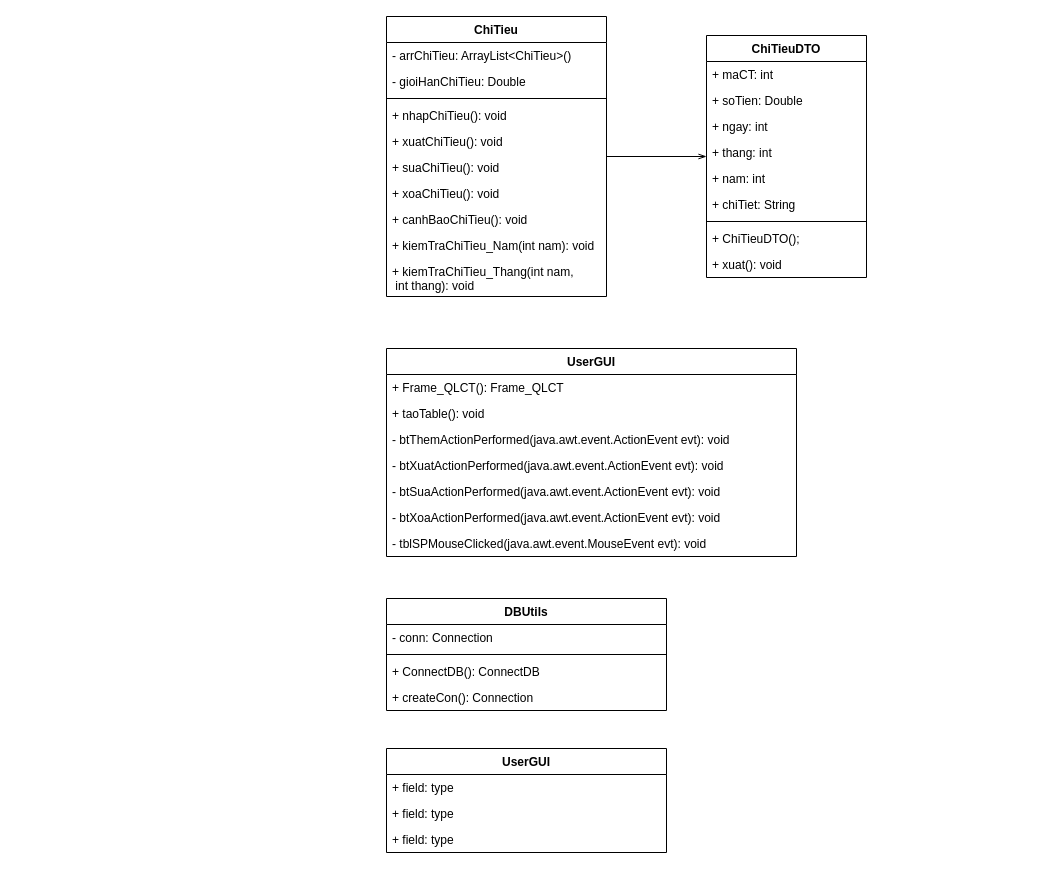
The draw.io diagram Diagrams/ClassDiagrams.drawio in AkallHuynh/IS216.L21.HTCL-Java, before the edit. Source tidied: cells renumbered, new cells numbered last; positions are measured from the earlier drawing's top-left corner, leaving out a move shared by most shapes. Both pictures are drawn from the tidied source at 100%, with x=0, y=0 at pixel (386, 16).
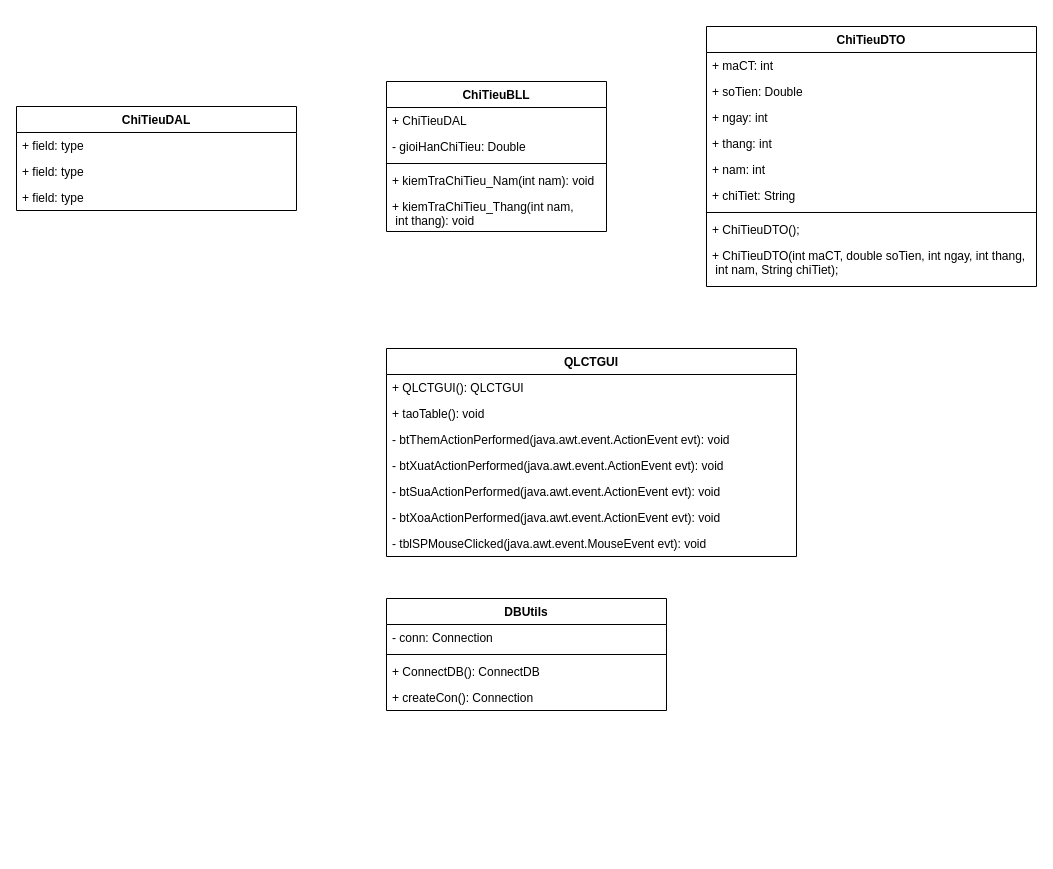
The same page after the edit.

Change to the diagram source:
```diff
@@
     <mxCell id="2" value="ChiTieuDTO" style="swimlane;fontStyle=1;align=center;verticalAlign=top;horizontal=1;startSize=26;" parent="1" vertex="1">
-      <mxGeometry x="320" y="19" width="160" height="242" as="geometry" />
+      <mxGeometry x="320" y="10" width="330" height="260" as="geometry" />
     </mxCell>
     <mxCell id="3" value="+ maCT: int" style="text;strokeColor=none;fillColor=none;align=left;verticalAlign=top;spacingLeft=4;spacingRight=4;overflow=hidden;" parent="2" vertex="1">
-      <mxGeometry y="26" width="160" height="26" as="geometry" />
+      <mxGeometry y="26" width="330" height="26" as="geometry" />
     </mxCell>
     <mxCell id="4" value="+ soTien: Double" style="text;strokeColor=none;fillColor=none;align=left;verticalAlign=top;spacingLeft=4;spacingRight=4;overflow=hidden;" parent="2" vertex="1">
-      <mxGeometry y="52" width="160" height="26" as="geometry" />
+      <mxGeometry y="52" width="330" height="26" as="geometry" />
     </mxCell>
     <mxCell id="5" value="+ ngay: int" style="text;strokeColor=none;fillColor=none;align=left;verticalAlign=top;spacingLeft=4;spacingRight=4;overflow=hidden;" parent="2" vertex="1">
-      <mxGeometry y="78" width="160" height="26" as="geometry" />
+      <mxGeometry y="78" width="330" height="26" as="geometry" />
     </mxCell>
     <mxCell id="6" value="+ thang: int" style="text;strokeColor=none;fillColor=none;align=left;verticalAlign=top;spacingLeft=4;spacingRight=4;overflow=hidden;" parent="2" vertex="1">
-      <mxGeometry y="104" width="160" height="26" as="geometry" />
+      <mxGeometry y="104" width="330" height="26" as="geometry" />
     </mxCell>
     <mxCell id="7" value="+ nam: int" style="text;strokeColor=none;fillColor=none;align=left;verticalAlign=top;spacingLeft=4;spacingRight=4;overflow=hidden;" parent="2" vertex="1">
-      <mxGeometry y="130" width="160" height="26" as="geometry" />
+      <mxGeometry y="130" width="330" height="26" as="geometry" />
     </mxCell>
     <mxCell id="8" value="+ chiTiet: String" style="text;strokeColor=none;fillColor=none;align=left;verticalAlign=top;spacingLeft=4;spacingRight=4;overflow=hidden;" parent="2" vertex="1">
-      <mxGeometry y="156" width="160" height="26" as="geometry" />
+      <mxGeometry y="156" width="330" height="26" as="geometry" />
     </mxCell>
     <mxCell id="9" style="line;strokeWidth=1;fillColor=none;align=left;verticalAlign=middle;spacingTop=-1;spacingLeft=3;spacingRight=3;labelPosition=right;" parent="2" vertex="1">
-      <mxGeometry y="182" width="160" height="8" as="geometry" />
+      <mxGeometry y="182" width="330" height="8" as="geometry" />
     </mxCell>
     <mxCell id="10" value="+ ChiTieuDTO();" style="text;strokeColor=none;fillColor=none;align=left;verticalAlign=top;spacingLeft=4;spacingRight=4;overflow=hidden;" parent="2" vertex="1">
-      <mxGeometry y="190" width="160" height="26" as="geometry" />
+      <mxGeometry y="190" width="330" height="26" as="geometry" />
     </mxCell>
-    <mxCell id="11" value="+ xuat(): void" style="text;strokeColor=none;fillColor=none;align=left;verticalAlign=top;spacingLeft=4;spacingRight=4;overflow=hidden;" parent="2" vertex="1">
-      <mxGeometry y="216" width="160" height="26" as="geometry" />
-    </mxCell>
+    <mxCell id="41" value="+ ChiTieuDTO(int maCT, double soTien, int ngay, int thang,&#10; int nam, String chiTiet);&#10;" style="text;strokeColor=none;fillColor=none;align=left;verticalAlign=top;spacingLeft=4;spacingRight=4;overflow=hidden;" parent="2" vertex="1">
+      <mxGeometry y="216" width="330" height="44" as="geometry" />
+    </mxCell>
-    <mxCell id="12" value="ChiTieu" style="swimlane;fontStyle=1;align=center;verticalAlign=top;horizontal=1;startSize=26;" parent="1" vertex="1">
-      <mxGeometry width="220" height="280" as="geometry" />
+    <mxCell id="12" value="ChiTieuBLL" style="swimlane;fontStyle=1;align=center;verticalAlign=top;horizontal=1;startSize=26;" parent="1" vertex="1">
+      <mxGeometry y="65" width="220" height="150" as="geometry" />
     </mxCell>
-    <mxCell id="13" value="- arrChiTieu: ArrayList&lt;ChiTieu&gt;()" style="text;strokeColor=none;fillColor=none;align=left;verticalAlign=top;spacingLeft=4;spacingRight=4;overflow=hidden;" parent="12" vertex="1">
+    <mxCell id="13" value="+ ChiTieuDAL" style="text;strokeColor=none;fillColor=none;align=left;verticalAlign=top;spacingLeft=4;spacingRight=4;overflow=hidden;" parent="12" vertex="1">
       <mxGeometry y="26" width="220" height="26" as="geometry" />
     </mxCell>
@@
-    <mxCell id="16" value="+ nhapChiTieu(): void" style="text;strokeColor=none;fillColor=none;align=left;verticalAlign=top;spacingLeft=4;spacingRight=4;overflow=hidden;" parent="12" vertex="1">
-      <mxGeometry y="86" width="220" height="26" as="geometry" />
-    </mxCell>
-    <mxCell id="17" value="+ xuatChiTieu(): void" style="text;strokeColor=none;fillColor=none;align=left;verticalAlign=top;spacingLeft=4;spacingRight=4;overflow=hidden;" parent="12" vertex="1">
-      <mxGeometry y="112" width="220" height="26" as="geometry" />
-    </mxCell>
-    <mxCell id="18" value="+ suaChiTieu(): void" style="text;strokeColor=none;fillColor=none;align=left;verticalAlign=top;spacingLeft=4;spacingRight=4;overflow=hidden;" parent="12" vertex="1">
-      <mxGeometry y="138" width="220" height="26" as="geometry" />
-    </mxCell>
-    <mxCell id="19" value="+ xoaChiTieu(): void" style="text;strokeColor=none;fillColor=none;align=left;verticalAlign=top;spacingLeft=4;spacingRight=4;overflow=hidden;" parent="12" vertex="1">
-      <mxGeometry y="164" width="220" height="26" as="geometry" />
-    </mxCell>
-    <mxCell id="20" value="+ canhBaoChiTieu(): void" style="text;strokeColor=none;fillColor=none;align=left;verticalAlign=top;spacingLeft=4;spacingRight=4;overflow=hidden;" parent="12" vertex="1">
-      <mxGeometry y="190" width="220" height="26" as="geometry" />
-    </mxCell>
     <mxCell id="21" value="+ kiemTraChiTieu_Nam(int nam): void" style="text;strokeColor=none;fillColor=none;align=left;verticalAlign=top;spacingLeft=4;spacingRight=4;overflow=hidden;" parent="12" vertex="1">
-      <mxGeometry y="216" width="220" height="26" as="geometry" />
+      <mxGeometry y="86" width="220" height="26" as="geometry" />
     </mxCell>
     <mxCell id="22" value="+ kiemTraChiTieu_Thang(int nam,&#10; int thang): void" style="text;strokeColor=none;fillColor=none;align=left;verticalAlign=top;spacingLeft=4;spacingRight=4;overflow=hidden;" parent="12" vertex="1">
-      <mxGeometry y="242" width="220" height="38" as="geometry" />
+      <mxGeometry y="112" width="220" height="38" as="geometry" />
     </mxCell>
-    <mxCell id="23" style="endArrow=openThin;html=1;endFill=0;" parent="1" edge="1" source="12" target="2">
-      <mxGeometry relative="1" as="geometry" />
-    </mxCell>
@@
-    <mxCell id="29" value="UserGUI" style="swimlane;fontStyle=1;horizontal=1;startSize=26;fillColor=none;" parent="1" vertex="1">
+    <mxCell id="29" value="QLCTGUI" style="swimlane;fontStyle=1;horizontal=1;startSize=26;fillColor=none;" parent="1" vertex="1">
       <mxGeometry y="332" width="410" height="208" as="geometry" />
     </mxCell>
-    <mxCell id="30" value="+ Frame_QLCT(): Frame_QLCT" style="text;strokeColor=none;fillColor=none;align=left;verticalAlign=top;spacingLeft=4;spacingRight=4;overflow=hidden;" parent="29" vertex="1">
+    <mxCell id="30" value="+ QLCTGUI(): QLCTGUI" style="text;strokeColor=none;fillColor=none;align=left;verticalAlign=top;spacingLeft=4;spacingRight=4;overflow=hidden;" parent="29" vertex="1">
       <mxGeometry y="26" width="410" height="26" as="geometry" />
     </mxCell>
@@
-    <mxCell id="37" value="UserGUI" style="swimlane;fontStyle=1;horizontal=1;startSize=26;fillColor=none;" parent="1" vertex="1">
-      <mxGeometry y="732" width="280" height="104" as="geometry" />
+    <mxCell id="37" value="ChiTieuDAL" style="swimlane;fontStyle=1;horizontal=1;startSize=26;fillColor=none;" parent="1" vertex="1">
+      <mxGeometry x="-370" y="90" width="280" height="104" as="geometry" />
     </mxCell>
```
